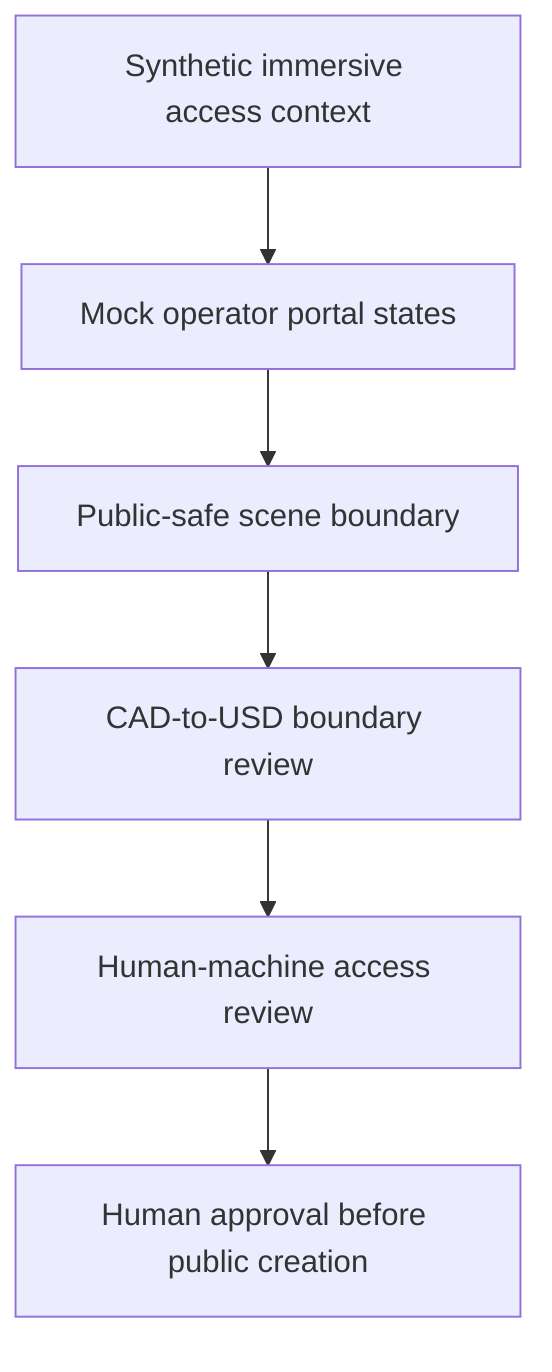
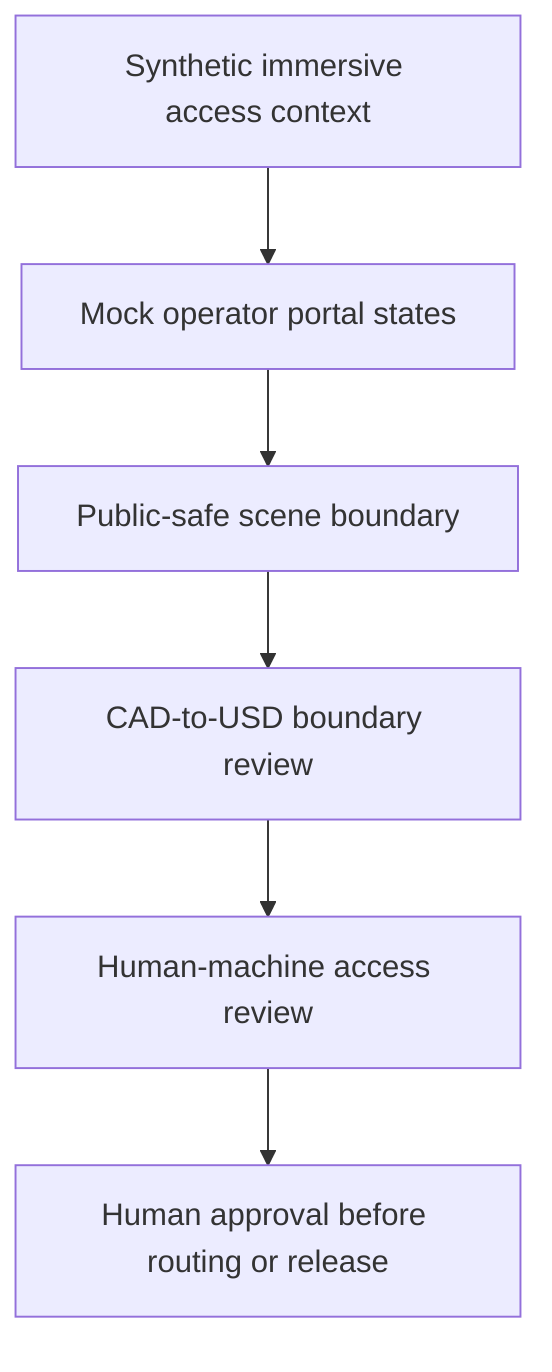
flowchart TD
  Context["Synthetic immersive access context"] --> Portal["Mock operator portal states"]
  Portal --> Scene["Public-safe scene boundary"]
  Scene --> CAD["CAD-to-USD boundary review"]
  CAD --> Access["Human-machine access review"]
-   Access --> Human["Human approval before public creation"]
- 
+   Access --> Human["Human approval before routing or release"]
